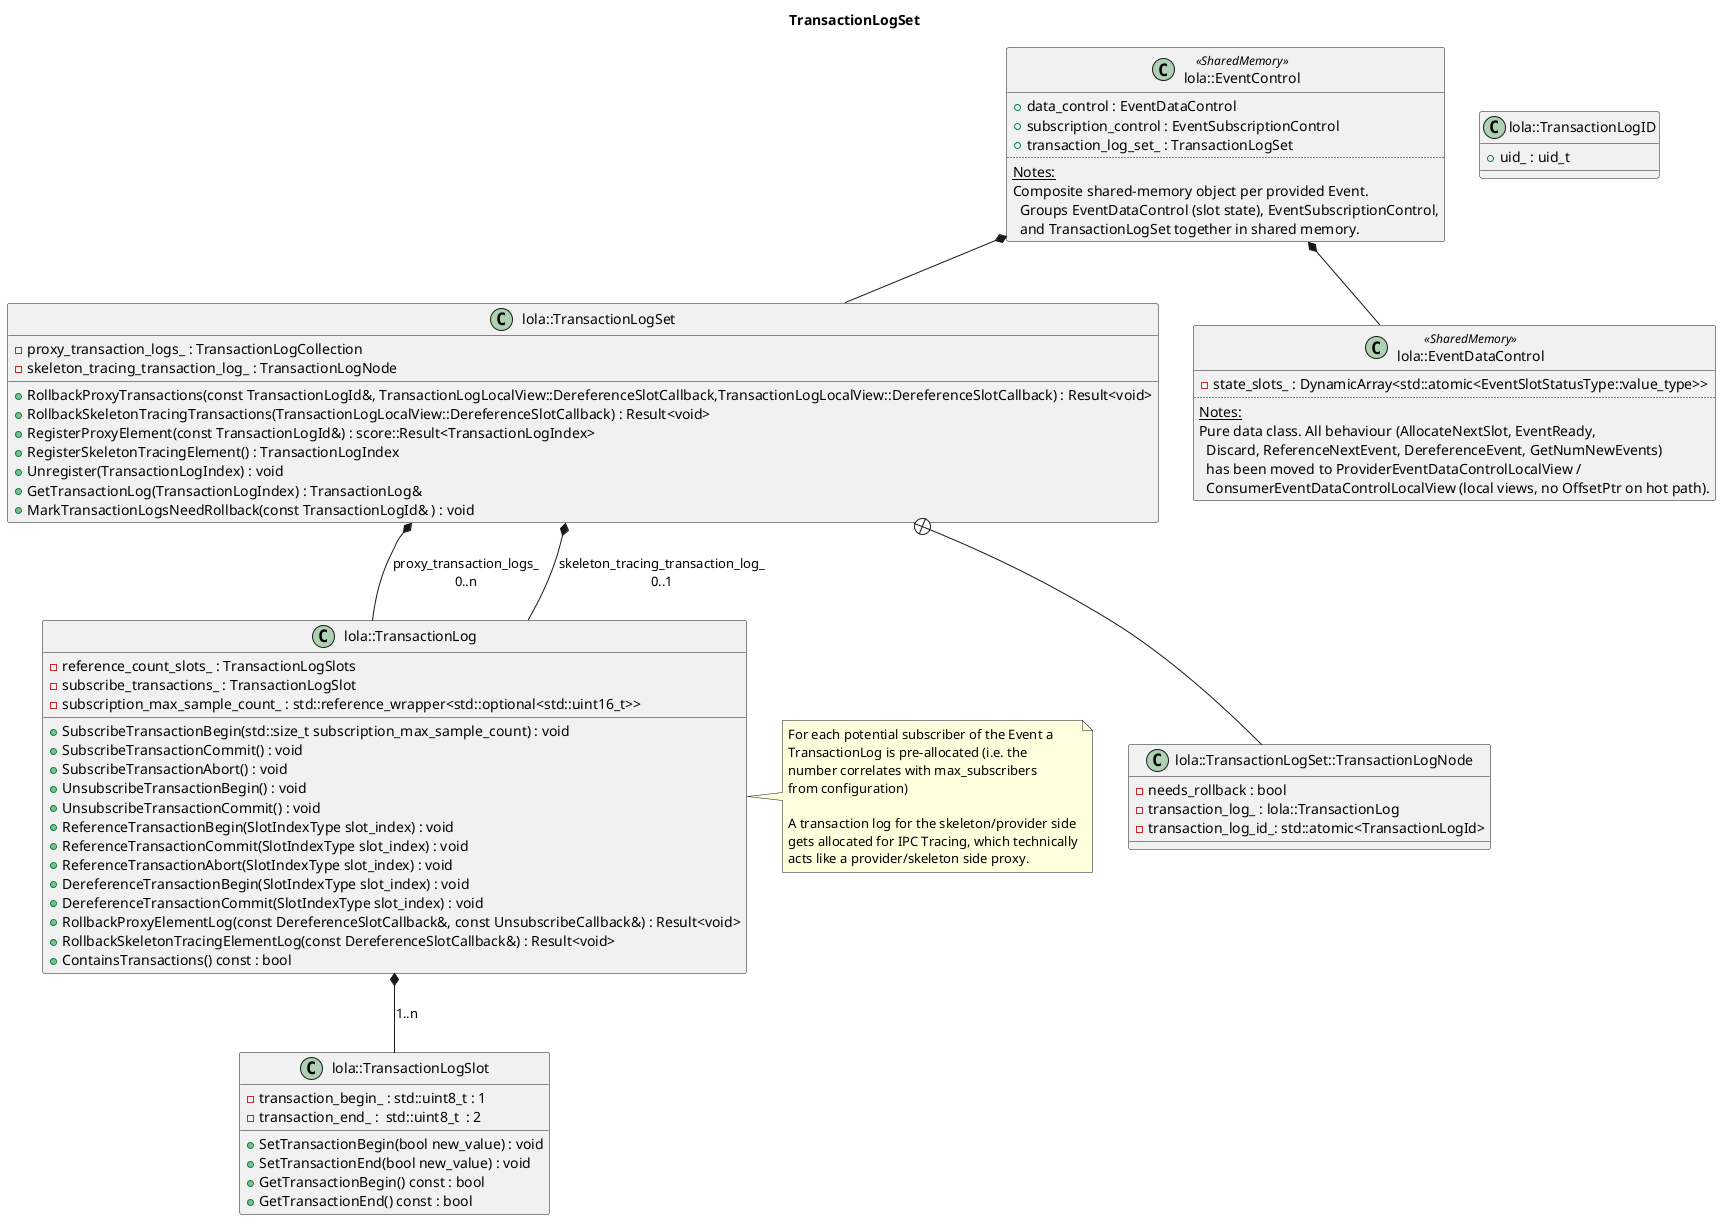
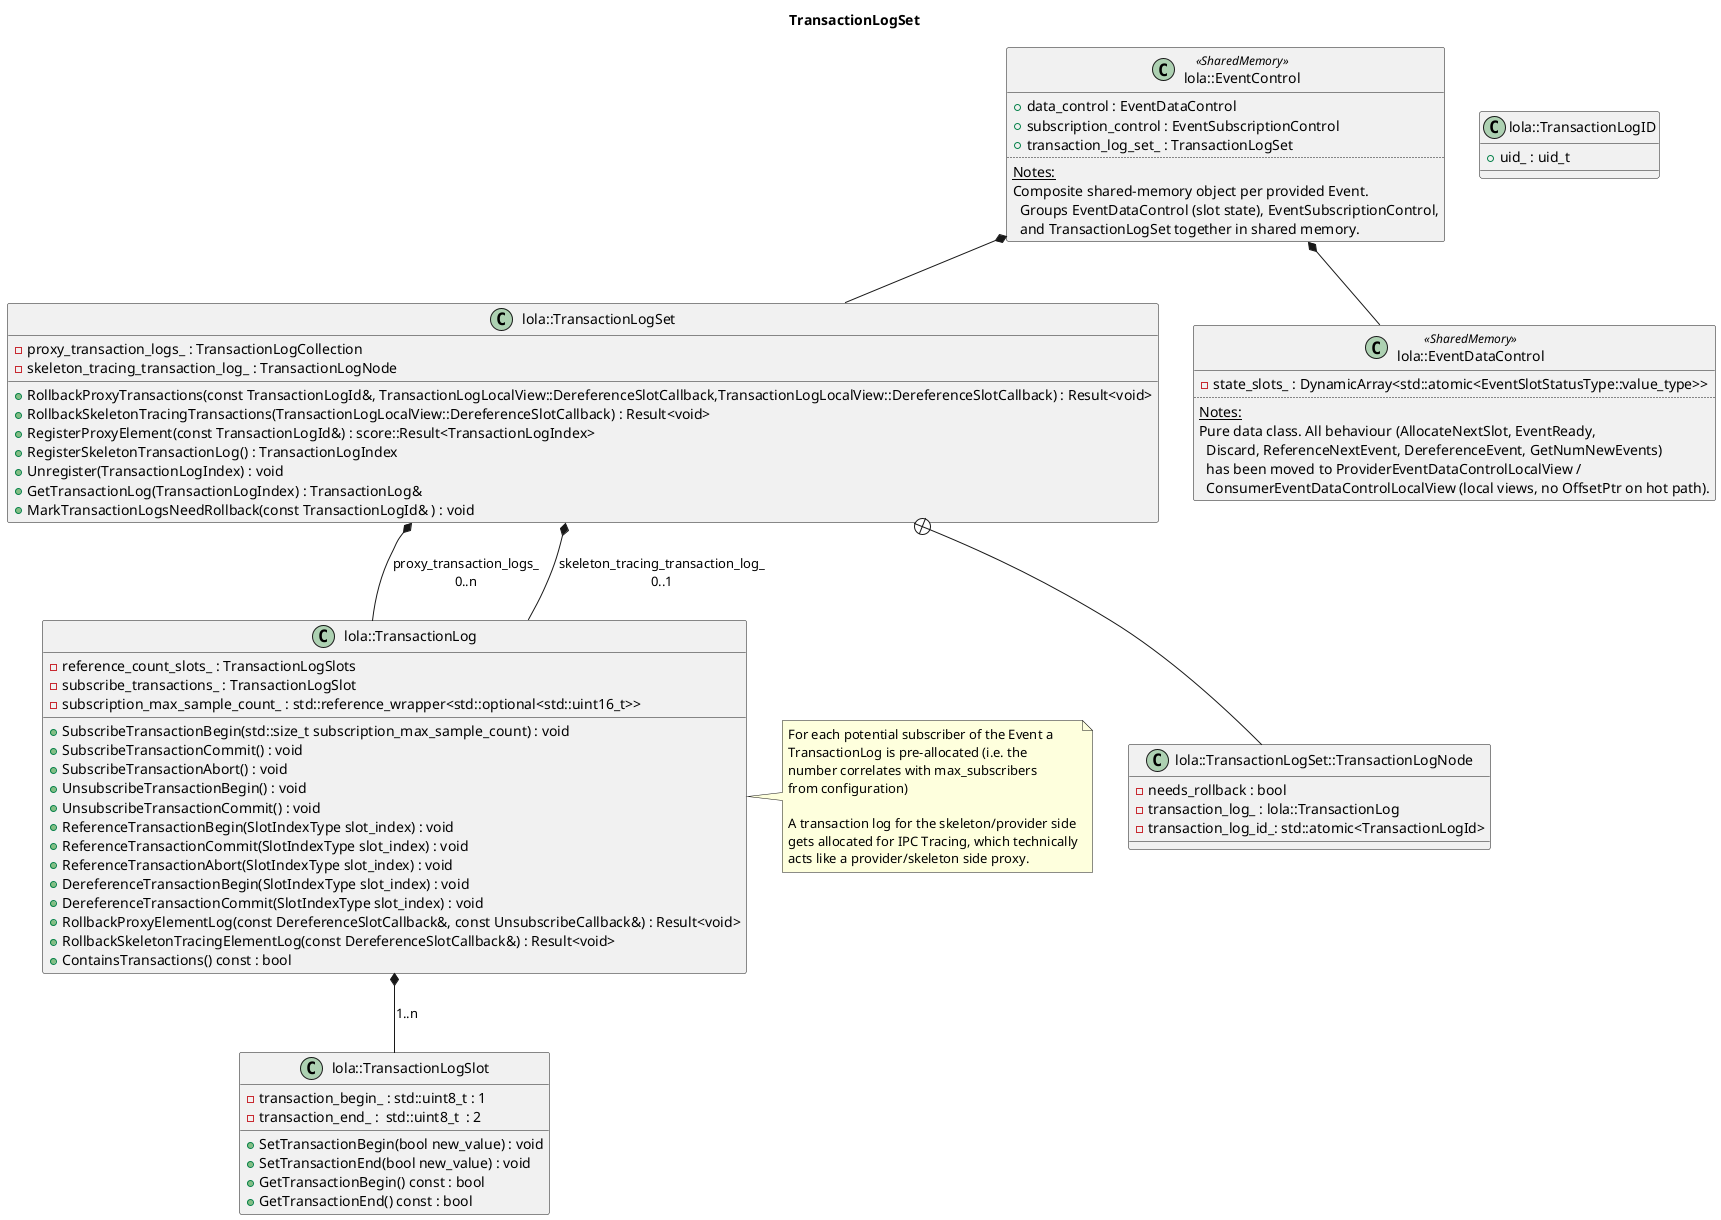
@startuml transaction_log_model
title "TransactionLogSet"

class "lola::TransactionLog" {
  +SubscribeTransactionBegin(std::size_t subscription_max_sample_count) : void
  +SubscribeTransactionCommit() : void
  +SubscribeTransactionAbort() : void
  +UnsubscribeTransactionBegin() : void
  +UnsubscribeTransactionCommit() : void
  +ReferenceTransactionBegin(SlotIndexType slot_index) : void
  +ReferenceTransactionCommit(SlotIndexType slot_index) : void
  +ReferenceTransactionAbort(SlotIndexType slot_index) : void
  +DereferenceTransactionBegin(SlotIndexType slot_index) : void
  +DereferenceTransactionCommit(SlotIndexType slot_index) : void
  +RollbackProxyElementLog(const DereferenceSlotCallback&, const UnsubscribeCallback&) : Result<void>
  +RollbackSkeletonTracingElementLog(const DereferenceSlotCallback&) : Result<void>
  +ContainsTransactions() const : bool
  -reference_count_slots_ : TransactionLogSlots
  -subscribe_transactions_ : TransactionLogSlot
  -subscription_max_sample_count_ : std::reference_wrapper<std::optional<std::uint16_t>>
}

class "lola::TransactionLogSet" {
  +RollbackProxyTransactions(const TransactionLogId&, TransactionLogLocalView::DereferenceSlotCallback,TransactionLogLocalView::DereferenceSlotCallback) : Result<void>
  +RollbackSkeletonTracingTransactions(TransactionLogLocalView::DereferenceSlotCallback) : Result<void>
  +RegisterProxyElement(const TransactionLogId&) : score::Result<TransactionLogIndex>
-   +RegisterSkeletonTracingElement() : TransactionLogIndex
+   +RegisterSkeletonTransactionLog() : TransactionLogIndex
  +Unregister(TransactionLogIndex) : void
  +GetTransactionLog(TransactionLogIndex) : TransactionLog&
  +MarkTransactionLogsNeedRollback(const TransactionLogId& ) : void
  -proxy_transaction_logs_ : TransactionLogCollection
  -skeleton_tracing_transaction_log_ : TransactionLogNode
}

class "lola::TransactionLogSet::TransactionLogNode" {
  -needs_rollback : bool
  -transaction_log_ : lola::TransactionLog
  -transaction_log_id_: std::atomic<TransactionLogId>
}

class "lola::EventControl" <<SharedMemory>> {
  +data_control : EventDataControl
  +subscription_control : EventSubscriptionControl
  +transaction_log_set_ : TransactionLogSet
  ..
  <u>Notes:</u>
  Composite shared-memory object per provided Event.\n  Groups EventDataControl (slot state), EventSubscriptionControl,\n  and TransactionLogSet together in shared memory.
}

class "lola::EventDataControl" <<SharedMemory>> {
  -state_slots_ : DynamicArray<std::atomic<EventSlotStatusType::value_type>>
  ..
  <u>Notes:</u>
  Pure data class. All behaviour (AllocateNextSlot, EventReady,\n  Discard, ReferenceNextEvent, DereferenceEvent, GetNumNewEvents)\n  has been moved to ProviderEventDataControlLocalView /\n  ConsumerEventDataControlLocalView (local views, no OffsetPtr on hot path).
}

class "lola::TransactionLogID" {
  + uid_ : uid_t
}

class "lola::TransactionLogSlot" {
  +SetTransactionBegin(bool new_value) : void
  +SetTransactionEnd(bool new_value) : void
  +GetTransactionBegin() const : bool
  +GetTransactionEnd() const : bool
  -transaction_begin_ : std::uint8_t : 1
  -transaction_end_ :  std::uint8_t  : 2
}

note right of "lola::TransactionLog"
  For each potential subscriber of the Event a
  TransactionLog is pre-allocated (i.e. the
  number correlates with max_subscribers
  from configuration)

  A transaction log for the skeleton/provider side
  gets allocated for IPC Tracing, which technically
  acts like a provider/skeleton side proxy.
end note

"lola::EventControl" *-- "lola::EventDataControl"
"lola::EventControl" *-- "lola::TransactionLogSet"
"lola::TransactionLogSet" *-- "lola::TransactionLog" : proxy_transaction_logs_\n0..n
"lola::TransactionLogSet" *-- "lola::TransactionLog" : skeleton_tracing_transaction_log_\n0..1
"lola::TransactionLog" *-- "lola::TransactionLogSlot" : 1..n
"lola::TransactionLogSet" +-- "lola::TransactionLogSet::TransactionLogNode"

@enduml
